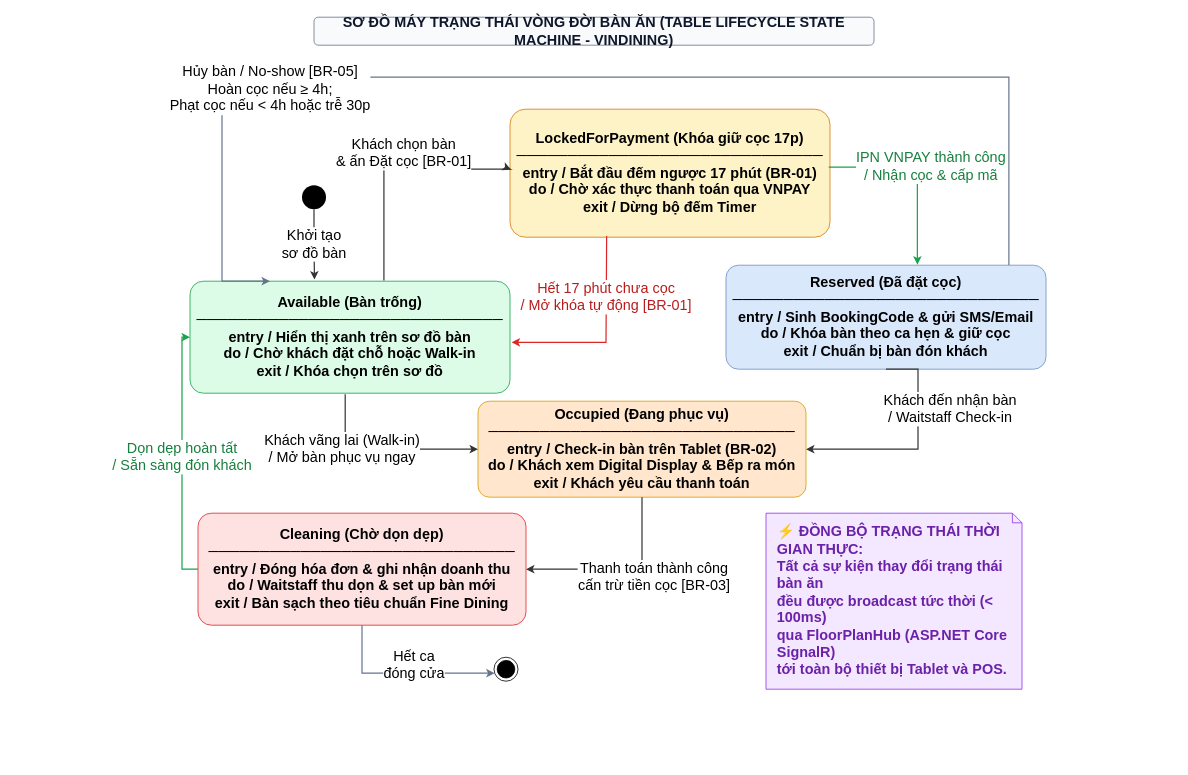
Before: docs/phase1/drawio/state_table_lifecycle.drawio in AndrewQng/VinDining, a draw.io diagram. Source tidied: cells renumbered, new cells numbered last; positions are measured from the earlier drawing's top-left corner, leaving out a move shared by most shapes. Both pictures are drawn from the tidied source at 80%, with x=0, y=0 at pixel (182, 17).
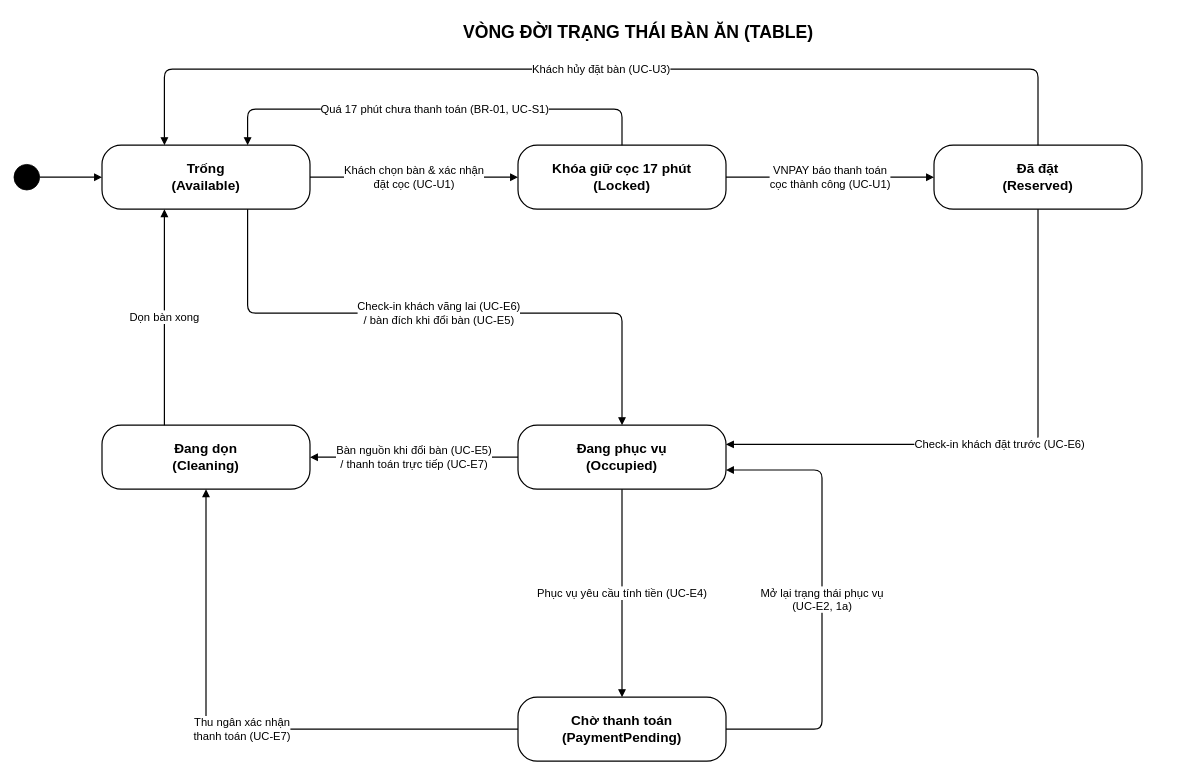
The same diagram, later.

Change to the diagram source:
```diff
@@
-    <mxCell id="2" value="SƠ ĐỒ MÁY TRẠNG THÁI VÒNG ĐỜI BÀN ĂN (TABLE LIFECYCLE STATE MACHINE - VINDINING)" style="rounded=1;whiteSpace=wrap;html=1;fillColor=#f8fafc;strokeColor=#64748b;fontStyle=1;fontSize=18;fontColor=#0f172a;" parent="1" vertex="1">
-      <mxGeometry x="165" width="700" height="35" as="geometry" />
-    </mxCell>
-    <mxCell id="3" style="ellipse;whiteSpace=wrap;html=1;fillColor=#000000;strokeColor=none;fontSize=18;" parent="1" vertex="1">
-      <mxGeometry x="150" y="210" width="30" height="30" as="geometry" />
-    </mxCell>
-    <mxCell id="4" value="Available (Bàn trống)&#10;──────────────────────────────&#10;entry / Hiển thị xanh trên sơ đồ bàn&#10;do / Chờ khách đặt chỗ hoặc Walk-in&#10;exit / Khóa chọn trên sơ đồ" style="rounded=1;arcSize=12;whiteSpace=wrap;html=1;fillColor=#dcfce7;strokeColor=#16a34a;fontStyle=1;fontSize=18;align=center;verticalAlign=middle;" parent="1" vertex="1">
-      <mxGeometry x="10" y="330" width="400" height="140" as="geometry" />
-    </mxCell>
-    <mxCell id="5" value="LockedForPayment (Khóa giữ cọc 17p)&#10;──────────────────────────────&#10;entry / Bắt đầu đếm ngược 17 phút (BR-01)&#10;do / Chờ xác thực thanh toán qua VNPAY&#10;exit / Dừng bộ đếm Timer" style="rounded=1;arcSize=12;whiteSpace=wrap;html=1;fillColor=#fef3c7;strokeColor=#d97706;fontStyle=1;fontSize=18;align=center;verticalAlign=middle;" parent="1" vertex="1">
-      <mxGeometry x="410" y="115" width="400" height="160" as="geometry" />
-    </mxCell>
-    <mxCell id="6" value="Reserved (Đã đặt cọc)&#10;──────────────────────────────&#10;entry / Sinh BookingCode &amp;amp; gửi SMS/Email&#10;do / Khóa bàn theo ca hẹn &amp;amp; giữ cọc&#10;exit / Chuẩn bị bàn đón khách" style="rounded=1;arcSize=12;whiteSpace=wrap;html=1;fillColor=#dae8fc;strokeColor=#6c8ebf;fontStyle=1;fontSize=18;align=center;verticalAlign=middle;" parent="1" vertex="1">
-      <mxGeometry x="680" y="310" width="400" height="130" as="geometry" />
-    </mxCell>
-    <mxCell id="7" value="Occupied (Đang phục vụ)&#10;──────────────────────────────&#10;entry / Check-in bàn trên Tablet (BR-02)&#10;do / Khách xem Digital Display &amp;amp; Bếp ra món&#10;exit / Khách yêu cầu thanh toán" style="rounded=1;arcSize=12;whiteSpace=wrap;html=1;fillColor=#ffe6cc;strokeColor=#d79b00;fontStyle=1;fontSize=18;align=center;verticalAlign=middle;" parent="1" vertex="1">
-      <mxGeometry x="370" y="480" width="410" height="120" as="geometry" />
-    </mxCell>
-    <mxCell id="8" value="Cleaning (Chờ dọn dẹp)&#10;──────────────────────────────&#10;entry / Đóng hóa đơn &amp;amp; ghi nhận doanh thu&#10;do / Waitstaff thu dọn &amp;amp; set up bàn mới&#10;exit / Bàn sạch theo tiêu chuẩn Fine Dining" style="rounded=1;arcSize=12;whiteSpace=wrap;html=1;fillColor=#fee2e2;strokeColor=#dc2626;fontStyle=1;fontSize=18;align=center;verticalAlign=middle;" parent="1" vertex="1">
-      <mxGeometry x="20" y="620" width="410" height="140" as="geometry" />
-    </mxCell>
-    <mxCell id="9" style="ellipse;html=1;shape=endState;fillColor=#000000;strokeColor=#000000;fontSize=18;" parent="1" vertex="1">
-      <mxGeometry x="390" y="800" width="30" height="30" as="geometry" />
-    </mxCell>
+    <mxCell id="21" value="VÒNG ĐỜI TRẠNG THÁI BÀN ĂN (TABLE)" style="text;html=1;fontSize=22;fontStyle=1;align=center;" parent="1" vertex="1">
+      <mxGeometry x="-100" width="1340" height="40" as="geometry" />
+    </mxCell>
+    <mxCell id="22" style="ellipse;fillColor=#000000;strokeColor=#000000;" parent="1" vertex="1">
+      <mxGeometry x="-210" y="184" width="32" height="32" as="geometry" />
+    </mxCell>
+    <mxCell id="23" value="Trống&lt;br&gt;(Available)" style="rounded=1;arcSize=30;whiteSpace=wrap;html=1;fontSize=17;fontStyle=1;strokeWidth=1.5;" parent="1" vertex="1">
+      <mxGeometry x="-100" y="160" width="260" height="80" as="geometry" />
+    </mxCell>
+    <mxCell id="24" value="Khóa giữ cọc 17 phút&lt;br&gt;(Locked)" style="rounded=1;arcSize=30;whiteSpace=wrap;html=1;fontSize=17;fontStyle=1;strokeWidth=1.5;" parent="1" vertex="1">
+      <mxGeometry x="420" y="160" width="260" height="80" as="geometry" />
+    </mxCell>
+    <mxCell id="25" value="Đã đặt&lt;br&gt;(Reserved)" style="rounded=1;arcSize=30;whiteSpace=wrap;html=1;fontSize=17;fontStyle=1;strokeWidth=1.5;" parent="1" vertex="1">
+      <mxGeometry x="940" y="160" width="260" height="80" as="geometry" />
+    </mxCell>
+    <mxCell id="26" value="Đang dọn&lt;br&gt;(Cleaning)" style="rounded=1;arcSize=30;whiteSpace=wrap;html=1;fontSize=17;fontStyle=1;strokeWidth=1.5;" parent="1" vertex="1">
+      <mxGeometry x="-100" y="510" width="260" height="80" as="geometry" />
+    </mxCell>
+    <mxCell id="27" value="Đang phục vụ&lt;br&gt;(Occupied)" style="rounded=1;arcSize=30;whiteSpace=wrap;html=1;fontSize=17;fontStyle=1;strokeWidth=1.5;" parent="1" vertex="1">
+      <mxGeometry x="420" y="510" width="260" height="80" as="geometry" />
+    </mxCell>
+    <mxCell id="28" value="Chờ thanh toán&lt;br&gt;(PaymentPending)" style="rounded=1;arcSize=30;whiteSpace=wrap;html=1;fontSize=17;fontStyle=1;strokeWidth=1.5;" parent="1" vertex="1">
+      <mxGeometry x="420" y="850" width="260" height="80" as="geometry" />
+    </mxCell>
-    <mxCell id="10" value="Khởi tạo&#10;sơ đồ bàn" style="edgeStyle=orthogonalEdgeStyle;rounded=0;strokeColor=#333333;strokeWidth=1.5;html=1;fontSize=18;labelBackgroundColor=#ffffff;entryX=0.389;entryY=-0.015;entryDx=0;entryDy=0;entryPerimeter=0;" parent="1" edge="1" source="3" target="4">
+    <mxCell id="10" style="edgeStyle=orthogonalEdgeStyle;rounded=1;html=1;strokeWidth=1.5;fontSize=14;fontStyle=0;endArrow=block;endFill=1;labelBackgroundColor=#FFFFFF;exitX=1;exitY=0.5;exitDx=0;exitDy=0;entryX=0;entryY=0.5;entryDx=0;entryDy=0;" parent="1" edge="1" source="22" target="23">
       <mxGeometry relative="1" as="geometry" />
     </mxCell>
-    <mxCell id="11" value="Khách chọn bàn&#10;&amp;amp; ấn Đặt cọc [BR-01]" style="edgeStyle=orthogonalEdgeStyle;rounded=0;strokeColor=#333333;strokeWidth=1.5;html=1;fontSize=18;labelBackgroundColor=#ffffff;exitX=0.606;exitY=-0.007;entryX=0.003;entryY=0.472;exitDx=0;exitDy=0;exitPerimeter=0;entryDx=0;entryDy=0;entryPerimeter=0;" parent="1" edge="1" source="4" target="5">
-      <mxGeometry x="0.1" y="20" relative="1" as="geometry">
-        <Array as="points">
-          <mxPoint x="252.4" y="190" />
-          <mxPoint x="410" y="190" />
-        </Array>
-      </mxGeometry>
+    <mxCell id="11" value="Khách chọn bàn &amp; xác nhận&lt;br&gt;đặt cọc (UC-U1)" style="edgeStyle=orthogonalEdgeStyle;rounded=1;html=1;strokeWidth=1.5;fontSize=14;fontStyle=0;endArrow=block;endFill=1;labelBackgroundColor=#FFFFFF;exitX=1;exitY=0.5;exitDx=0;exitDy=0;entryX=0;entryY=0.5;entryDx=0;entryDy=0;" parent="1" edge="1" source="23" target="24">
+      <mxGeometry relative="1" as="geometry" />
     </mxCell>
-    <mxCell id="12" value="Hết 17 phút chưa cọc&#10;/ Mở khóa tự động [BR-01]" style="edgeStyle=orthogonalEdgeStyle;rounded=0;strokeColor=#dc2626;strokeWidth=1.5;html=1;fontSize=18;labelBackgroundColor=#ffffff;fontColor=#b91c1c;exitX=0.302;exitY=0.99;entryX=1.005;entryY=0.546;entryDx=0;entryDy=0;entryPerimeter=0;exitDx=0;exitDy=0;exitPerimeter=0;" parent="1" edge="1" source="5" target="4">
-      <mxGeometry x="-0.39" relative="1" as="geometry">
-        <Array as="points">
-          <mxPoint x="530.8" y="275" />
-          <mxPoint x="530" y="275" />
-          <mxPoint x="530" y="406.4" />
-        </Array>
-      </mxGeometry>
+    <mxCell id="12" value="VNPAY báo thanh toán&lt;br&gt;cọc thành công (UC-U1)" style="edgeStyle=orthogonalEdgeStyle;rounded=1;html=1;strokeWidth=1.5;fontSize=14;fontStyle=0;endArrow=block;endFill=1;labelBackgroundColor=#FFFFFF;exitX=1;exitY=0.5;exitDx=0;exitDy=0;entryX=0;entryY=0.5;entryDx=0;entryDy=0;" parent="1" edge="1" source="24" target="25">
+      <mxGeometry relative="1" as="geometry" />
     </mxCell>
-    <mxCell id="13" value="IPN VNPAY thành công&#10;/ Nhận cọc &amp;amp; cấp mã" style="edgeStyle=orthogonalEdgeStyle;rounded=0;strokeColor=#16a34a;strokeWidth=1.5;html=1;fontSize=18;labelBackgroundColor=#ffffff;fontColor=#15803d;exitX=0.996;exitY=0.452;exitDx=0;exitDy=0;exitPerimeter=0;entryX=0.598;entryY=-0.005;entryDx=0;entryDy=0;entryPerimeter=0;" parent="1" edge="1" source="5" target="6">
-      <mxGeometry x="-0.13" y="-27" relative="1" as="geometry">
+    <mxCell id="13" value="Quá 17 phút chưa thanh toán (BR-01, UC-S1)" style="edgeStyle=orthogonalEdgeStyle;rounded=1;html=1;strokeWidth=1.5;fontSize=14;fontStyle=0;endArrow=block;endFill=1;labelBackgroundColor=#FFFFFF;exitX=0.5;exitY=0;exitDx=0;exitDy=0;entryX=0.7;entryY=0;entryDx=0;entryDy=0;" parent="1" edge="1" source="24" target="23">
+      <mxGeometry relative="1" as="geometry">
         <Array as="points">
-          <mxPoint x="920" y="187.3" />
-          <mxPoint x="920" y="309.4" />
+          <mxPoint x="550" y="115" />
+          <mxPoint x="82" y="115" />
         </Array>
-        <mxPoint x="27" y="-27" as="offset" />
       </mxGeometry>
     </mxCell>
-    <mxCell id="14" value="Hủy bàn / No-show [BR-05]&#10;Hoàn cọc nếu ≥ 4h;&#10;Phạt cọc nếu &amp;lt; 4h hoặc trễ 30p" style="edgeStyle=orthogonalEdgeStyle;rounded=0;strokeColor=#64748b;strokeWidth=1.5;html=1;fontSize=18;labelBackgroundColor=#ffffff;exitX=0.884;exitY=-0.003;entryX=0.25;entryY=0;exitDx=0;exitDy=0;exitPerimeter=0;" parent="1" edge="1" source="6" target="4">
-      <mxGeometry x="0.51" y="15" relative="1" as="geometry">
+    <mxCell id="14" value="Khách hủy đặt bàn (UC-U3)" style="edgeStyle=orthogonalEdgeStyle;rounded=1;html=1;strokeWidth=1.5;fontSize=14;fontStyle=0;endArrow=block;endFill=1;labelBackgroundColor=#FFFFFF;exitX=0.5;exitY=0;exitDx=0;exitDy=0;entryX=0.3;entryY=0;entryDx=0;entryDy=0;" parent="1" edge="1" source="25" target="23">
+      <mxGeometry relative="1" as="geometry">
         <Array as="points">
-          <mxPoint x="1033.6" y="75" />
-          <mxPoint x="50" y="75" />
-          <mxPoint x="50" y="330" />
+          <mxPoint x="1070" y="65" />
+          <mxPoint x="-22" y="65" />
         </Array>
       </mxGeometry>
     </mxCell>
-    <mxCell id="15" value="Khách đến nhận bàn&#10;/ Waitstaff Check-in" style="edgeStyle=orthogonalEdgeStyle;rounded=0;strokeColor=#333333;strokeWidth=1.5;html=1;fontSize=18;labelBackgroundColor=#ffffff;exitX=0.5;exitY=1;entryX=1;entryY=0.5;exitDx=0;exitDy=0;" parent="1" edge="1" source="6" target="7">
-      <mxGeometry x="-0.36" y="40" relative="1" as="geometry">
+    <mxCell id="15" value="Check-in khách đặt trước (UC-E6)" style="edgeStyle=orthogonalEdgeStyle;rounded=1;html=1;strokeWidth=1.5;fontSize=14;fontStyle=0;endArrow=block;endFill=1;labelBackgroundColor=#FFFFFF;exitX=0.5;exitY=1;exitDx=0;exitDy=0;entryX=1;entryY=0.3;entryDx=0;entryDy=0;" parent="1" edge="1" source="25" target="27">
+      <mxGeometry relative="1" as="geometry">
         <Array as="points">
-          <mxPoint x="920" y="540" />
+          <mxPoint x="1070" y="534" />
         </Array>
       </mxGeometry>
     </mxCell>
-    <mxCell id="16" value="Khách vãng lai (Walk-in)&#10;/ Mở bàn phục vụ ngay" style="edgeStyle=orthogonalEdgeStyle;rounded=0;strokeColor=#333333;strokeWidth=1.5;html=1;fontSize=18;labelBackgroundColor=#ffffff;exitX=0.485;exitY=1.009;entryX=0;entryY=0.5;exitDx=0;exitDy=0;exitPerimeter=0;" parent="1" edge="1" source="4" target="7">
-      <mxGeometry x="-0.41" y="-4" relative="1" as="geometry">
+    <mxCell id="16" value="Check-in khách vãng lai (UC-E6)&lt;br&gt;/ bàn đích khi đổi bàn (UC-E5)" style="edgeStyle=orthogonalEdgeStyle;rounded=1;html=1;strokeWidth=1.5;fontSize=14;fontStyle=0;endArrow=block;endFill=1;labelBackgroundColor=#FFFFFF;exitX=0.7;exitY=1;exitDx=0;exitDy=0;entryX=0.5;entryY=0;entryDx=0;entryDy=0;" parent="1" edge="1" source="23" target="27">
+      <mxGeometry relative="1" as="geometry">
         <Array as="points">
-          <mxPoint x="204" y="540" />
+          <mxPoint x="82" y="370" />
+          <mxPoint x="550" y="370" />
         </Array>
-        <mxPoint x="-4" y="-4" as="offset" />
       </mxGeometry>
     </mxCell>
-    <mxCell id="17" value="Thanh toán thành công&#10;cấn trừ tiền cọc [BR-03]" style="edgeStyle=orthogonalEdgeStyle;rounded=0;strokeColor=#333333;strokeWidth=1.5;html=1;fontSize=18;labelBackgroundColor=#ffffff;exitX=0.5;exitY=1;entryX=1;entryY=0.5;" parent="1" edge="1" source="7" target="8">
-      <mxGeometry x="-0.23" y="18" relative="1" as="geometry">
-        <Array as="points">
-          <mxPoint x="575" y="690" />
-        </Array>
-        <mxPoint x="15" y="-8" as="offset" />
-      </mxGeometry>
+    <mxCell id="17" value="Bàn nguồn khi đổi bàn (UC-E5)&lt;br&gt;/ thanh toán trực tiếp (UC-E7)" style="edgeStyle=orthogonalEdgeStyle;rounded=1;html=1;strokeWidth=1.5;fontSize=14;fontStyle=0;endArrow=block;endFill=1;labelBackgroundColor=#FFFFFF;exitX=0;exitY=0.5;exitDx=0;exitDy=0;entryX=1;entryY=0.5;entryDx=0;entryDy=0;" parent="1" edge="1" source="27" target="26">
+      <mxGeometry relative="1" as="geometry" />
     </mxCell>
-    <mxCell id="18" value="Dọn dẹp hoàn tất&#10;/ Sẵn sàng đón khách" style="edgeStyle=orthogonalEdgeStyle;rounded=0;strokeColor=#16a34a;strokeWidth=1.5;html=1;fontSize=18;labelBackgroundColor=#ffffff;fontColor=#15803d;exitX=0;exitY=0.5;entryX=0;entryY=0.5;" parent="1" edge="1" source="8" target="4">
-      <mxGeometry relative="1" as="geometry">
-        <Array as="points">
-          <mxPoint y="690" />
-          <mxPoint y="400" />
-        </Array>
-      </mxGeometry>
+    <mxCell id="18" value="Phục vụ yêu cầu tính tiền (UC-E4)" style="edgeStyle=orthogonalEdgeStyle;rounded=1;html=1;strokeWidth=1.5;fontSize=14;fontStyle=0;endArrow=block;endFill=1;labelBackgroundColor=#FFFFFF;exitX=0.5;exitY=1;exitDx=0;exitDy=0;entryX=0.5;entryY=0;entryDx=0;entryDy=0;" parent="1" edge="1" source="27" target="28">
+      <mxGeometry relative="1" as="geometry" />
     </mxCell>
-    <mxCell id="19" value="Hết ca&#10;đóng cửa" style="edgeStyle=orthogonalEdgeStyle;rounded=0;strokeColor=#64748b;strokeWidth=1.5;html=1;fontSize=18;labelBackgroundColor=#ffffff;" parent="1" edge="1" source="8" target="9">
-      <mxGeometry x="0.11" y="10" relative="1" as="geometry">
+    <mxCell id="19" value="Mở lại trạng thái phục vụ&lt;br&gt;(UC-E2, 1a)" style="edgeStyle=orthogonalEdgeStyle;rounded=1;html=1;strokeWidth=1.5;fontSize=14;fontStyle=0;endArrow=block;endFill=1;labelBackgroundColor=#FFFFFF;exitX=1;exitY=0.5;exitDx=0;exitDy=0;entryX=1;entryY=0.7;entryDx=0;entryDy=0;" parent="1" edge="1" source="28" target="27">
+      <mxGeometry relative="1" as="geometry">
         <Array as="points">
-          <mxPoint x="225" y="820" />
+          <mxPoint x="800" y="890" />
+          <mxPoint x="800" y="566" />
         </Array>
       </mxGeometry>
     </mxCell>
-    <mxCell id="20" value="⚡ ĐỒNG BỘ TRẠNG THÁI THỜI GIAN THỰC:&#10;Tất cả sự kiện thay đổi trạng thái bàn ăn&#10;đều được broadcast tức thời (&amp;lt; 100ms)&#10;qua FloorPlanHub (ASP.NET Core SignalR)&#10;tới toàn bộ thiết bị Tablet và POS." style="shape=note;whiteSpace=wrap;html=1;fillColor=#f3e8ff;strokeColor=#9333ea;fontColor=#6b21a8;fontSize=18;fontStyle=1;size=12;align=left;spacingLeft=12;" parent="1" vertex="1">
-      <mxGeometry x="730" y="620" width="320" height="220" as="geometry" />
-    </mxCell>
+    <mxCell id="29" value="Thu ngân xác nhận&lt;br&gt;thanh toán (UC-E7)" style="edgeStyle=orthogonalEdgeStyle;rounded=1;html=1;strokeWidth=1.5;fontSize=14;fontStyle=0;endArrow=block;endFill=1;labelBackgroundColor=#FFFFFF;exitX=0;exitY=0.5;exitDx=0;exitDy=0;entryX=0.5;entryY=1;entryDx=0;entryDy=0;" parent="1" edge="1" source="28" target="26">
+      <mxGeometry relative="1" as="geometry">
+        <Array as="points">
+          <mxPoint x="30" y="890" />
+        </Array>
+      </mxGeometry>
+    </mxCell>
+    <mxCell id="30" value="Dọn bàn xong" style="edgeStyle=orthogonalEdgeStyle;rounded=1;html=1;strokeWidth=1.5;fontSize=14;fontStyle=0;endArrow=block;endFill=1;labelBackgroundColor=#FFFFFF;exitX=0.3;exitY=0;exitDx=0;exitDy=0;entryX=0.3;entryY=1;entryDx=0;entryDy=0;" parent="1" edge="1" source="26" target="23">
+      <mxGeometry relative="1" as="geometry" />
+    </mxCell>
```
